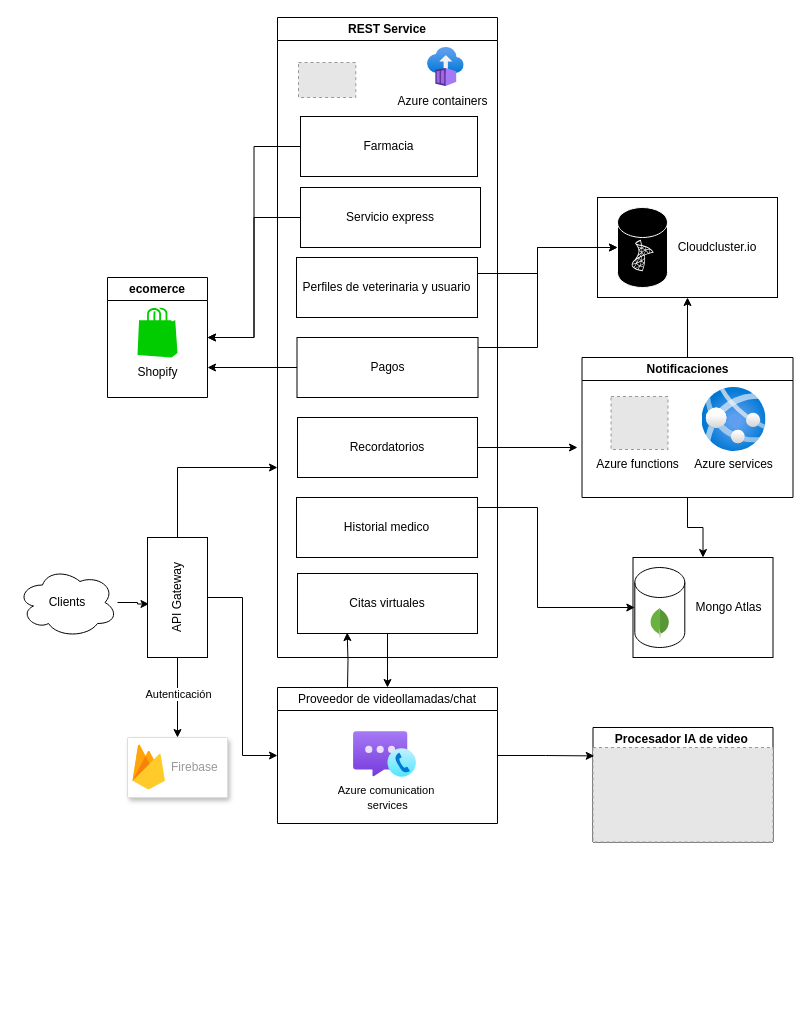
Above: diseño de arquitectura.drawio in Josue-Echeverria/ProyectoDiseno (draw.io), before the change. Source tidied: cells renumbered, new cells numbered last; positions are measured from the earlier drawing's top-left corner, leaving out a move shared by most shapes. Both pictures are drawn from the tidied source at 100%, with x=0, y=0 at pixel (17, 17). Pictures stored in the file or linked from it are replaced by grey dashed boxes.
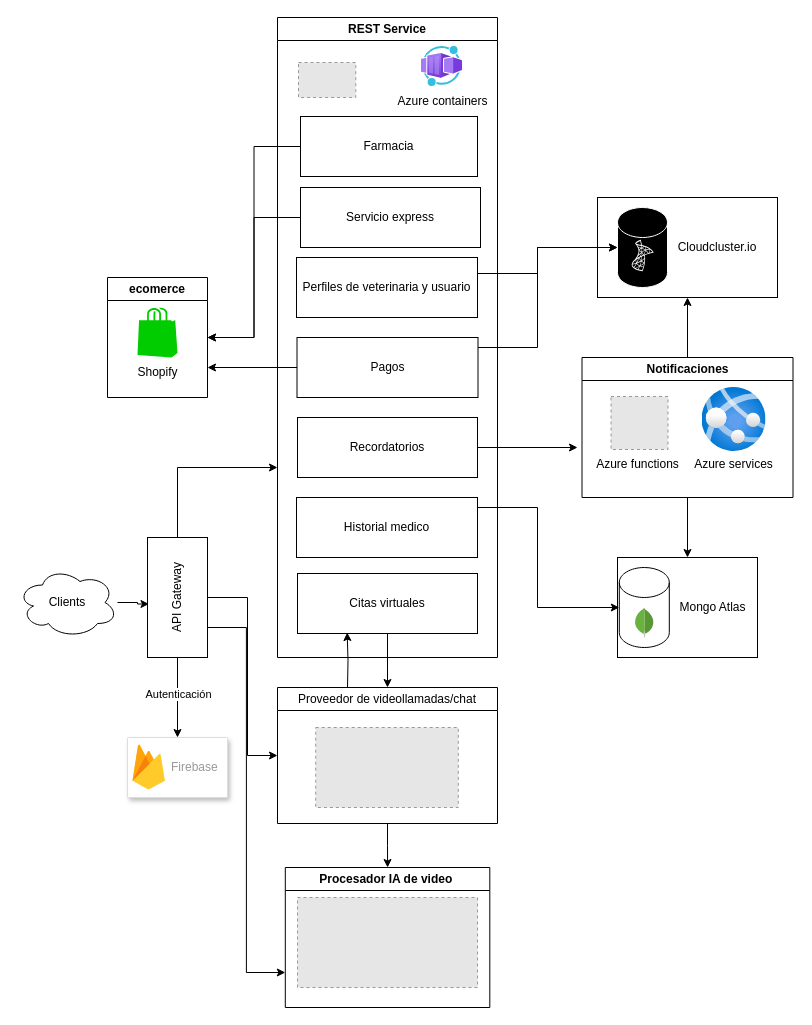
After the change.

Unchanged cells that the change refers to:
```xml
<mxCell id="7" value="API Gateway" style="rounded=0;whiteSpace=wrap;html=1;rotation=-90;" parent="1" vertex="1">
  <mxGeometry x="100" y="550" width="120" height="60" as="geometry" />
</mxCell>
<mxCell id="9" value="&lt;span style=&quot;font-weight: 400;&quot;&gt;Proveedor de videollamadas/chat&lt;/span&gt;" style="swimlane;whiteSpace=wrap;html=1;" parent="1" vertex="1">
  <mxGeometry x="260" y="670" width="220" height="136" as="geometry" />
</mxCell>
<mxCell id="16" style="group;" parent="12" vertex="1">
  <mxGeometry x="110" y="30" width="110" height="69" as="geometry" />
</mxCell>
```

The edit, as a diff of the source:
```diff
@@
     <mxCell id="5" style="edgeStyle=orthogonalEdgeStyle;rounded=0;jettySize=auto;html=1;entryX=0;entryY=0.5;entryDx=0;entryDy=0;" parent="1" edge="1" source="7" target="9">
-      <mxGeometry relative="1" as="geometry" />
+      <mxGeometry relative="1" as="geometry">
+        <Array as="points">
+          <mxPoint x="230" y="580" />
+          <mxPoint x="230" y="738" />
+        </Array>
+      </mxGeometry>
     </mxCell>
@@
+    <mxCell id="61" style="edgeStyle=orthogonalEdgeStyle;rounded=0;jettySize=auto;html=1;exitX=0.25;exitY=1;exitDx=0;exitDy=0;entryX=0;entryY=0.75;entryDx=0;entryDy=0;" parent="1" edge="1" source="7" target="29">
+      <mxGeometry relative="1" as="geometry" />
+    </mxCell>
@@
+    <mxCell id="62" style="edgeStyle=orthogonalEdgeStyle;rounded=0;jettySize=auto;html=1;exitX=0.5;exitY=1;exitDx=0;exitDy=0;" parent="1" edge="1" source="9" target="29">
+      <mxGeometry relative="1" as="geometry" />
+    </mxCell>
@@
-    <mxCell id="10" style="image;html=1;align=center;fontSize=12;image=img/lib/azure2/other/Azure_Communication_Services.svg;" parent="9" vertex="1">
-      <mxGeometry x="76.1" y="43.9" width="62.8" height="46.2" as="geometry" />
-    </mxCell>
-    <mxCell id="11" value="&lt;font style=&quot;font-size: 11px;&quot;&gt;Azure comunication&amp;nbsp;&lt;br&gt;services&lt;/font&gt;" style="text;html=1;align=center;verticalAlign=middle;strokeColor=none;fillColor=none;" parent="9" vertex="1">
-      <mxGeometry x="50" y="90.1" width="120" height="40" as="geometry" />
-    </mxCell>
+    <mxCell id="63" style="fillColor=#E6E6E6;strokeColor=#999999;dashed=1;verticalLabelPosition=bottom;labelBackgroundColor=default;verticalAlign=top;" parent="9" vertex="1">
+      <mxGeometry x="38.2" y="40" width="142.6" height="80" as="geometry" />
+    </mxCell>
@@
-    <mxCell id="17" style="image;html=1;align=center;fontSize=12;image=img/lib/azure2/compute/Container_Instances.svg;strokeColor=default;verticalAlign=middle;fontFamily=Helvetica;fontColor=default;fontStyle=1;fillColor=default;" parent="16" vertex="1">
-      <mxGeometry x="40" width="36.7" height="39" as="geometry" />
-    </mxCell>
@@
+    <mxCell id="64" style="image;html=1;align=center;fontSize=12;image=img/lib/azure2/other/Worker_Container_App.svg;" parent="16" vertex="1">
+      <mxGeometry x="34" y="-1" width="41.2" height="40" as="geometry" />
+    </mxCell>
@@
     <mxCell id="29" value="Procesador IA de video&amp;nbsp;" style="swimlane;whiteSpace=wrap;html=1;" parent="1" vertex="1">
-      <mxGeometry x="575.5" y="710" width="180" height="114.5" as="geometry" />
+      <mxGeometry x="267.8" y="850" width="204.5" height="140" as="geometry" />
     </mxCell>
-    <mxCell id="30" style="fillColor=#E6E6E6;strokeColor=#999999;dashed=1;verticalLabelPosition=bottom;labelBackgroundColor=default;verticalAlign=top;" parent="29" vertex="1">
-      <mxGeometry y="20" width="180" height="94.5" as="geometry" />
-    </mxCell>
+    <mxCell id="65" style="fillColor=#E6E6E6;strokeColor=#999999;dashed=1;verticalLabelPosition=bottom;labelBackgroundColor=default;verticalAlign=top;" parent="29" vertex="1">
+      <mxGeometry x="12.2" y="30" width="180" height="90" as="geometry" />
+    </mxCell>
@@
-    <mxCell id="33" style="edgeStyle=orthogonalEdgeStyle;rounded=0;jettySize=auto;html=1;entryX=0.007;entryY=0.089;entryDx=0;entryDy=0;entryPerimeter=0;" parent="1" edge="1" source="9" target="30">
-      <mxGeometry relative="1" as="geometry" />
-    </mxCell>
@@
     <mxCell id="43" style="group;" parent="1" vertex="1">
-      <mxGeometry x="615.5" y="540" width="140" height="100" as="geometry" />
+      <mxGeometry x="600" y="540" width="140" height="100" as="geometry" />
     </mxCell>
```
